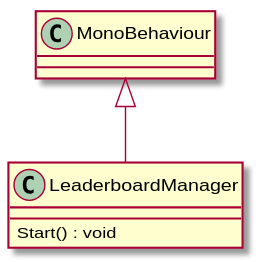
Above: UML/Leaderboard/LeaderboardManager.svg in David-Denny/COMP3013-Team7 (PlantUML), before the change. Its diagram source:
```plantuml
@startuml
class LeaderboardManager {
    Start() : void
}
MonoBehaviour <|-- LeaderboardManager
@enduml
```
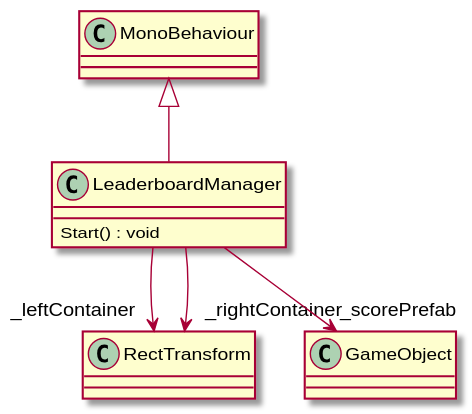
Later version of the same file.

What changed in the source:
```diff
@@ -3,4 +3,7 @@
     Start() : void
 }
 MonoBehaviour <|-- LeaderboardManager
+LeaderboardManager --> "_leftContainer" RectTransform
+LeaderboardManager --> "_rightContainer" RectTransform
+LeaderboardManager --> "_scorePrefab" GameObject
 @enduml
```
